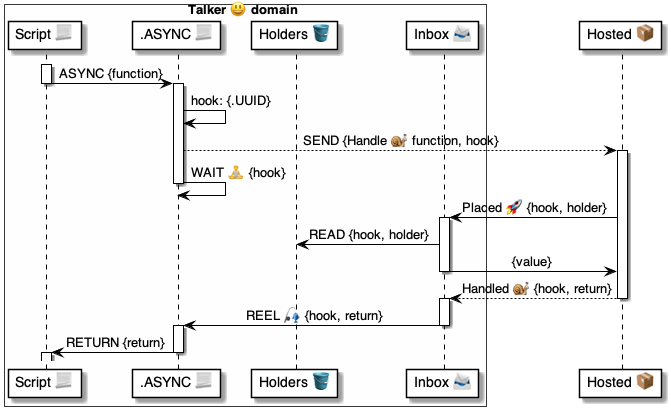
Above: 4 ⚙️ Solution/37 Scripts 📃/📃 Commands ⌘/⌘ for async/ASYNC 👷🏼/👷🏼 ASYNC ⚙️ uml.png in pollyweb-org/pollyweb-docs (PlantUML), before the change. Its source is kept beside it as 4 ⚙️ Solution/37 Scripts 📃/📃 Commands ⌘/⌘ for async/ASYNC 👷🏼/👷🏼 ASYNC ⚙️ uml.puml.
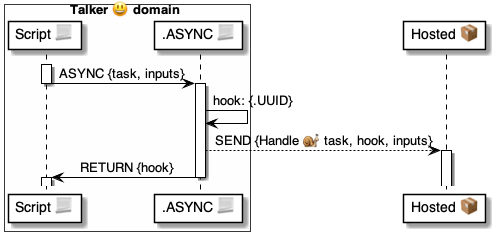
Above is the later version.

Change to the diagram source:
```diff
@@ -3,43 +3,23 @@
 box Talker 😃 domain #FFFFFA
     participant "Script 📃" as script
     participant ".ASYNC 📃" as async
-    participant "Holders 🪣" as holders
-    participant "Inbox 📨" as inbox
 end box
 
 participant "Hosted 📦" as hosted
 
 
 activate script
-    script -> async: ASYNC {function}
+    script -> async: ASYNC {task, inputs}
 deactivate script
 
 activate async
     async -> async: hook: {.UUID}
-    async --> hosted: SEND {Handle 🐌 function, hook}
+    async --> hosted: SEND {Handle 🐌 task, hook, inputs}
     activate hosted
-    async -> async: WAIT 🧘 {hook}
+    async -> script: RETURN {hook}
 deactivate async
-
-    hosted -> inbox: Placed 🚀 {hook, holder}
-    activate inbox
-        inbox -> holders: READ {hook, holder}
-        inbox -> hosted: {value}
-    deactivate inbox
-
-
-    hosted --> inbox: Handled 🐌 {hook, return}
-deactivate hosted
-
-activate inbox
-    inbox -> async: REEL 🎣 {hook, return}
-deactivate inbox
-
-activate async
-    async -> script: RETURN {return}
-deactivate async
-
 activate script
 
 
+
 @enduml
```
